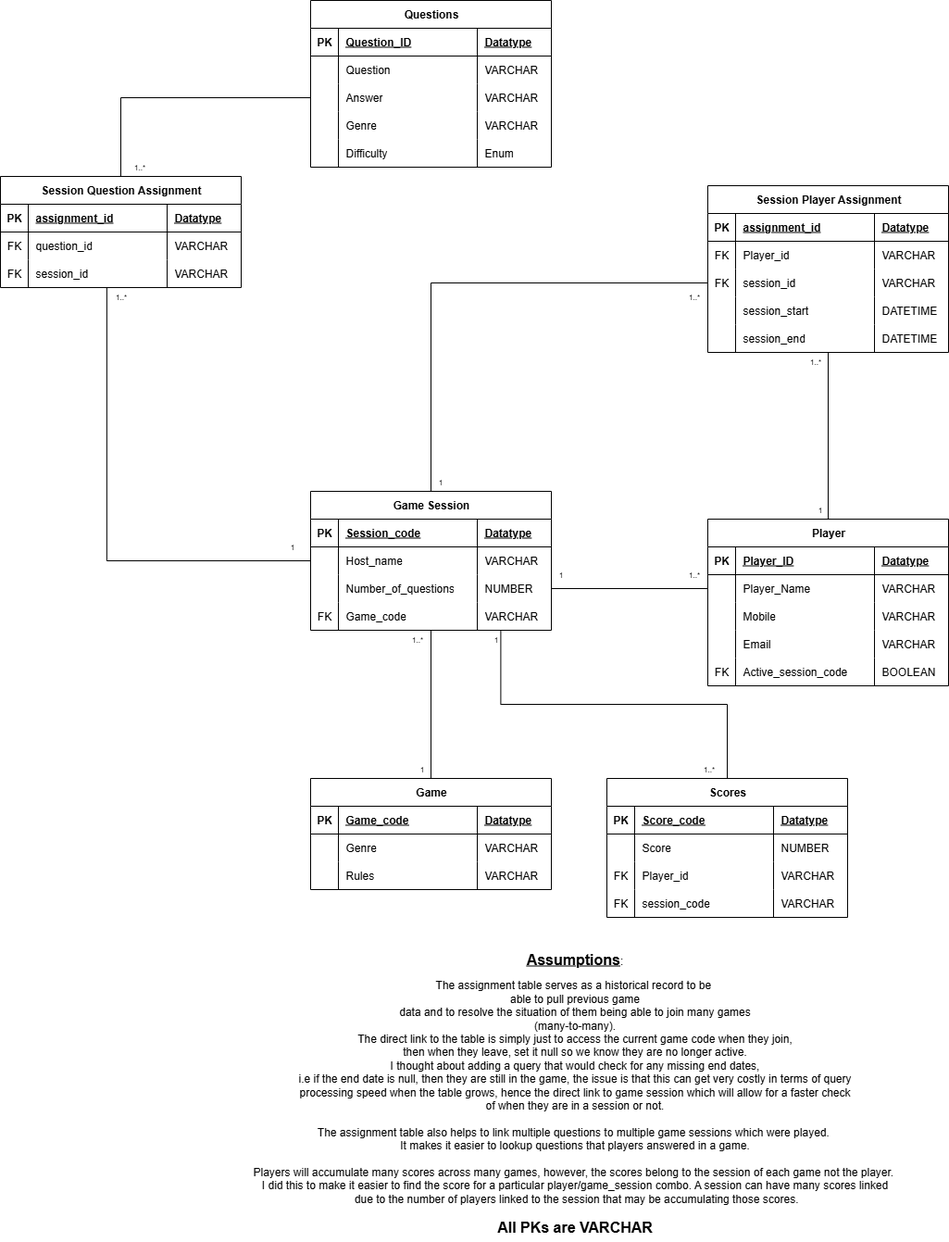
Earlier version of the draw.io export phunparty-backend/Database_design/PhunPartyDB_Design.drawio.png (cWalsh-developer/PhunParty). Source tidied: cells renumbered, new cells last; positions are measured from the earlier drawing's top-left corner, leaving out a move shared by most shapes.
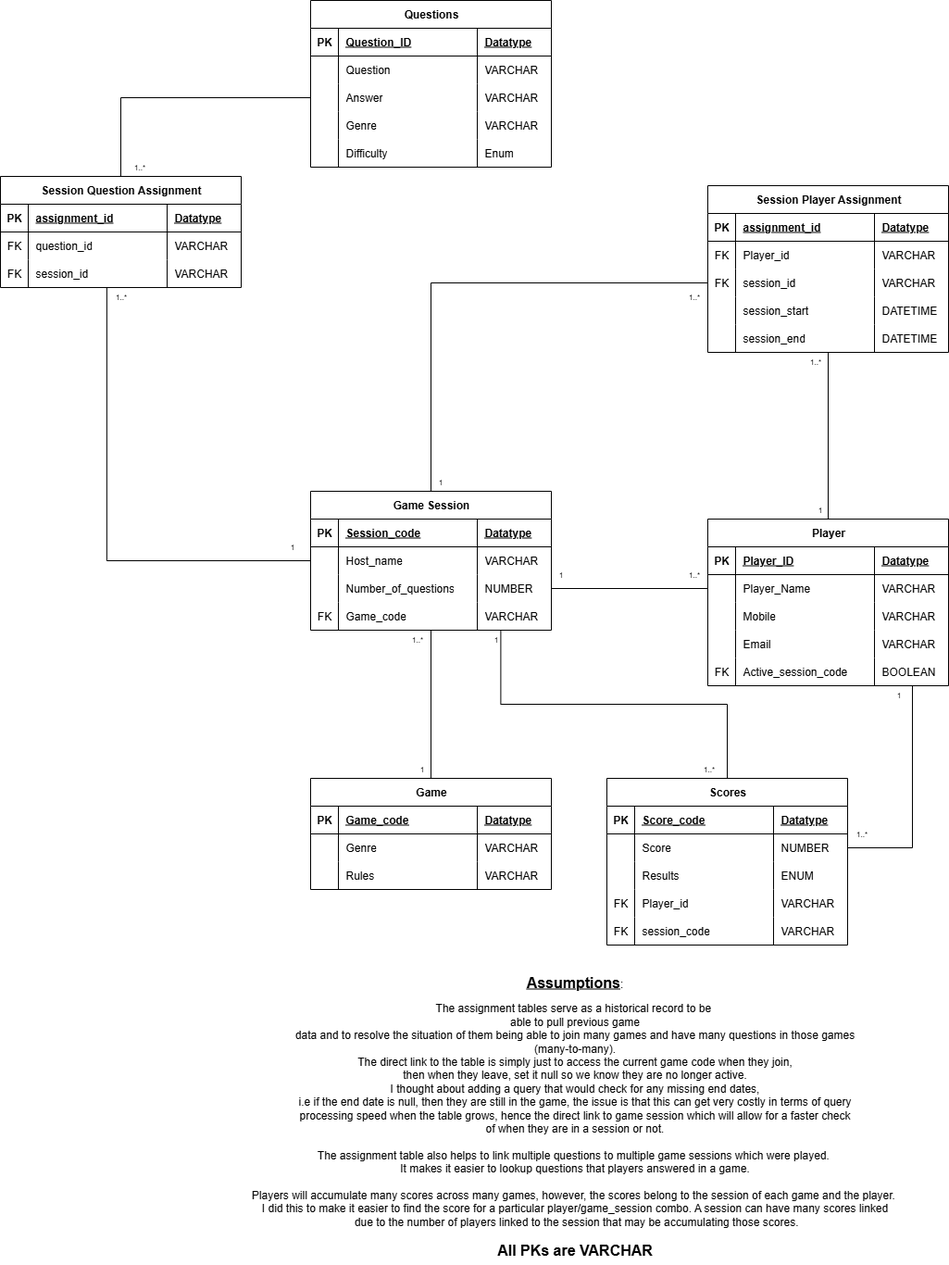
After the commit.

Commit message:
Refactor game and scores models; add result field to Scores model and implement get_scores_by_session endpoint

The edit, as a diff of the source:
```diff
@@ -309,7 +309,7 @@
       <mxGeometry x="734" y="310" width="30" height="20" as="geometry" />
     </mxCell>
     <mxCell id="104" value="Scores" style="shape=table;startSize=30;rowLines=0;fontStyle=1;align=center;html=1;" parent="1" vertex="1">
-      <mxGeometry x="655" y="840" width="260" height="150" as="geometry" />
+      <mxGeometry x="655" y="840" width="260" height="180" as="geometry" />
     </mxCell>
     <mxCell id="105" style="shape=tableRow;horizontal=0;startSize=0;swimlaneHead=0;swimlaneBody=0;fillColor=none;top=0;left=0;right=0;bottom=1;" parent="104" vertex="1">
       <mxGeometry y="30" width="260" height="30" as="geometry" />
@@ -335,8 +335,20 @@
     <mxCell id="112" value="NUMBER" style="shape=partialRectangle;fillColor=none;top=0;left=0;bottom=0;right=0;align=left;spacingLeft=6;overflow=hidden;whiteSpace=wrap;html=1;" parent="109" vertex="1">
       <mxGeometry x="180" width="80" height="30" as="geometry" />
     </mxCell>
+    <mxCell id="148" style="shape=tableRow;horizontal=0;startSize=0;swimlaneHead=0;swimlaneBody=0;fillColor=none;top=0;left=0;right=0;bottom=0;" parent="104" vertex="1">
+      <mxGeometry y="90" width="260" height="30" as="geometry" />
+    </mxCell>
+    <mxCell id="149" style="shape=partialRectangle;fillColor=none;top=0;left=0;bottom=0;right=0;overflow=hidden;whiteSpace=wrap;html=1;" parent="148" vertex="1">
+      <mxGeometry width="30" height="30" as="geometry" />
+    </mxCell>
+    <mxCell id="150" value="Results" style="shape=partialRectangle;fillColor=none;top=0;left=0;bottom=0;right=0;align=left;spacingLeft=6;overflow=hidden;whiteSpace=wrap;html=1;" parent="148" vertex="1">
+      <mxGeometry x="30" width="150" height="30" as="geometry" />
+    </mxCell>
+    <mxCell id="151" value="ENUM" style="shape=partialRectangle;fillColor=none;top=0;left=0;bottom=0;right=0;align=left;spacingLeft=6;overflow=hidden;whiteSpace=wrap;html=1;" parent="148" vertex="1">
+      <mxGeometry x="180" width="80" height="30" as="geometry" />
+    </mxCell>
     <mxCell id="113" style="shape=tableRow;horizontal=0;startSize=0;swimlaneHead=0;swimlaneBody=0;fillColor=none;top=0;left=0;right=0;bottom=0;" parent="104" vertex="1">
-      <mxGeometry y="90" width="260" height="30" as="geometry" />
+      <mxGeometry y="120" width="260" height="30" as="geometry" />
     </mxCell>
     <mxCell id="114" value="FK" style="shape=partialRectangle;fillColor=none;top=0;left=0;bottom=0;right=0;overflow=hidden;whiteSpace=wrap;html=1;" parent="113" vertex="1">
       <mxGeometry width="30" height="30" as="geometry" />
@@ -348,7 +360,7 @@
       <mxGeometry x="180" width="80" height="30" as="geometry" />
     </mxCell>
     <mxCell id="117" style="shape=tableRow;horizontal=0;startSize=0;swimlaneHead=0;swimlaneBody=0;fillColor=none;top=0;left=0;right=0;bottom=0;" parent="104" vertex="1">
-      <mxGeometry y="120" width="260" height="30" as="geometry" />
+      <mxGeometry y="150" width="260" height="30" as="geometry" />
     </mxCell>
     <mxCell id="118" value="FK" style="shape=partialRectangle;fillColor=none;top=0;left=0;bottom=0;right=0;overflow=hidden;whiteSpace=wrap;html=1;" parent="117" vertex="1">
       <mxGeometry width="30" height="30" as="geometry" />
@@ -377,11 +389,11 @@
     <mxCell id="126" value="1..*" style="text;html=1;align=center;verticalAlign=middle;strokeColor=none;fillColor=none;spacing=0;fontSize=8;" parent="1" vertex="1">
       <mxGeometry x="734" y="610" width="30" height="20" as="geometry" />
     </mxCell>
-    <mxCell id="127" value="The assignment table serves as a historical record to be&amp;nbsp;&lt;div&gt;able to pull previous game&lt;div&gt;data and to resolve the situation of them being able to join many games&lt;/div&gt;&lt;/div&gt;&lt;div&gt;(many-to-many).&lt;/div&gt;&lt;div&gt;The direct link to the table is simply just to access the current game code when they join,&lt;/div&gt;&lt;div&gt;then when they leave, set it null so we know they are no longer active.&lt;/div&gt;&lt;div&gt;I thought about adding a query that would check for any missing end dates,&lt;/div&gt;&lt;div&gt;i.e if the end date is null, then they are still in the game, the issue is that this can get very costly in terms of query&lt;/div&gt;&lt;div&gt;processing speed when the table grows, hence the direct link to game session which will allow for a faster check&lt;/div&gt;&lt;div&gt;of when they are in a session or not.&lt;/div&gt;&lt;div&gt;&lt;br&gt;&lt;/div&gt;&lt;div&gt;The assignment table also helps to link multiple questions to multiple game sessions which were played.&amp;nbsp;&lt;/div&gt;&lt;div&gt;It makes it easier to lookup questions that players answered in a game.&lt;/div&gt;&lt;div&gt;&lt;br&gt;&lt;/div&gt;&lt;div&gt;Players will accumulate many scores across many games, however, the scores belong to the session of each game not the player.&amp;nbsp;&lt;/div&gt;&lt;div&gt;I did this to make it easier to find the score for a particular player/game_session combo.&amp;nbsp;&lt;span style=&quot;background-color: transparent; color: light-dark(rgb(0, 0, 0), rgb(255, 255, 255));&quot;&gt;A session can have many scores linked&lt;/span&gt;&lt;/div&gt;&lt;div&gt;&lt;span style=&quot;background-color: transparent; color: light-dark(rgb(0, 0, 0), rgb(255, 255, 255));&quot;&gt;&amp;nbsp;due to the number of players linked to the session that may be accumulating those scores.&lt;/span&gt;&lt;/div&gt;&lt;div&gt;&lt;span style=&quot;background-color: transparent; color: light-dark(rgb(0, 0, 0), rgb(255, 255, 255));&quot;&gt;&lt;br&gt;&lt;/span&gt;&lt;/div&gt;&lt;div&gt;&lt;span style=&quot;background-color: transparent; color: light-dark(rgb(0, 0, 0), rgb(255, 255, 255));&quot;&gt;&lt;b&gt;&lt;font style=&quot;font-size: 16px;&quot;&gt;All PKs are VARCHAR&lt;/font&gt;&lt;/b&gt;&lt;/span&gt;&lt;/div&gt;" style="text;html=1;align=center;verticalAlign=middle;strokeColor=none;fillColor=none;" parent="1" vertex="1">
-      <mxGeometry x="260" y="1050" width="720" height="290" as="geometry" />
+    <mxCell id="127" value="The assignment tables serve as a historical record to be&amp;nbsp;&lt;div&gt;able to pull previous game&lt;div&gt;data and to resolve the situation of them being able to join many games and have many questions in those games&lt;/div&gt;&lt;/div&gt;&lt;div&gt;(many-to-many).&lt;/div&gt;&lt;div&gt;The direct link to the table is simply just to access the current game code when they join,&lt;/div&gt;&lt;div&gt;then when they leave, set it null so we know they are no longer active.&lt;/div&gt;&lt;div&gt;I thought about adding a query that would check for any missing end dates,&lt;/div&gt;&lt;div&gt;i.e if the end date is null, then they are still in the game, the issue is that this can get very costly in terms of query&lt;/div&gt;&lt;div&gt;processing speed when the table grows, hence the direct link to game session which will allow for a faster check&lt;/div&gt;&lt;div&gt;of when they are in a session or not.&lt;/div&gt;&lt;div&gt;&lt;br&gt;&lt;/div&gt;&lt;div&gt;The assignment table also helps to link multiple questions to multiple game sessions which were played.&amp;nbsp;&lt;/div&gt;&lt;div&gt;It makes it easier to lookup questions that players answered in a game.&lt;/div&gt;&lt;div&gt;&lt;br&gt;&lt;/div&gt;&lt;div&gt;Players will accumulate many scores across many games, however, the scores belong to the session of each game and the player.&amp;nbsp;&lt;/div&gt;&lt;div&gt;I did this to make it easier to find the score for a particular player/game_session combo.&amp;nbsp;&lt;span style=&quot;background-color: transparent; color: light-dark(rgb(0, 0, 0), rgb(255, 255, 255));&quot;&gt;A session can have many scores linked&lt;/span&gt;&lt;/div&gt;&lt;div&gt;&lt;span style=&quot;background-color: transparent; color: light-dark(rgb(0, 0, 0), rgb(255, 255, 255));&quot;&gt;&amp;nbsp;due to the number of players linked to the session that may be accumulating those scores.&lt;/span&gt;&lt;/div&gt;&lt;div&gt;&lt;span style=&quot;background-color: transparent; color: light-dark(rgb(0, 0, 0), rgb(255, 255, 255));&quot;&gt;&lt;br&gt;&lt;/span&gt;&lt;/div&gt;&lt;div&gt;&lt;span style=&quot;background-color: transparent; color: light-dark(rgb(0, 0, 0), rgb(255, 255, 255));&quot;&gt;&lt;b&gt;&lt;font style=&quot;font-size: 16px;&quot;&gt;All PKs are VARCHAR&lt;/font&gt;&lt;/b&gt;&lt;/span&gt;&lt;/div&gt;" style="text;html=1;align=center;verticalAlign=middle;strokeColor=none;fillColor=none;" parent="1" vertex="1">
+      <mxGeometry x="260" y="1075" width="720" height="290" as="geometry" />
     </mxCell>
     <mxCell id="128" value="&lt;b&gt;&lt;u&gt;&lt;font style=&quot;font-size: 16px;&quot;&gt;Assumptions&lt;/font&gt;&lt;/u&gt;&lt;/b&gt;:" style="text;html=1;align=center;verticalAlign=middle;strokeColor=none;fillColor=none;" parent="1" vertex="1">
-      <mxGeometry x="555" y="1020" width="130" height="30" as="geometry" />
+      <mxGeometry x="555" y="1045" width="130" height="30" as="geometry" />
     </mxCell>
     <mxCell id="129" style="edgeStyle=orthogonalEdgeStyle;rounded=0;jettySize=auto;html=1;entryX=0;entryY=0.5;entryDx=0;entryDy=0;endArrow=none;endFill=0;" parent="1" edge="1" source="11" target="39">
       <mxGeometry relative="1" as="geometry" />
@@ -440,5 +452,14 @@
     <mxCell id="147" value="1..*" style="text;html=1;align=center;verticalAlign=middle;strokeColor=none;fillColor=none;spacing=0;fontSize=8;" parent="1" vertex="1">
       <mxGeometry x="115" y="310" width="30" height="20" as="geometry" />
     </mxCell>
+    <mxCell id="152" style="edgeStyle=orthogonalEdgeStyle;rounded=0;jettySize=auto;html=1;entryX=0.85;entryY=1;entryDx=0;entryDy=0;entryPerimeter=0;endArrow=none;endFill=0;" parent="1" edge="1" source="109" target="51">
+      <mxGeometry relative="1" as="geometry" />
+    </mxCell>
+    <mxCell id="153" value="1..*" style="text;html=1;align=center;verticalAlign=middle;strokeColor=none;fillColor=none;spacing=0;fontSize=8;" parent="1" vertex="1">
+      <mxGeometry x="915" y="890" width="30" height="20" as="geometry" />
+    </mxCell>
+    <mxCell id="154" value="1" style="text;html=1;align=center;verticalAlign=middle;strokeColor=none;fillColor=none;spacing=0;fontSize=8;" parent="1" vertex="1">
+      <mxGeometry x="960" y="740" width="20" height="20" as="geometry" />
+    </mxCell>
   </root>
 </mxGraphModel>
```
